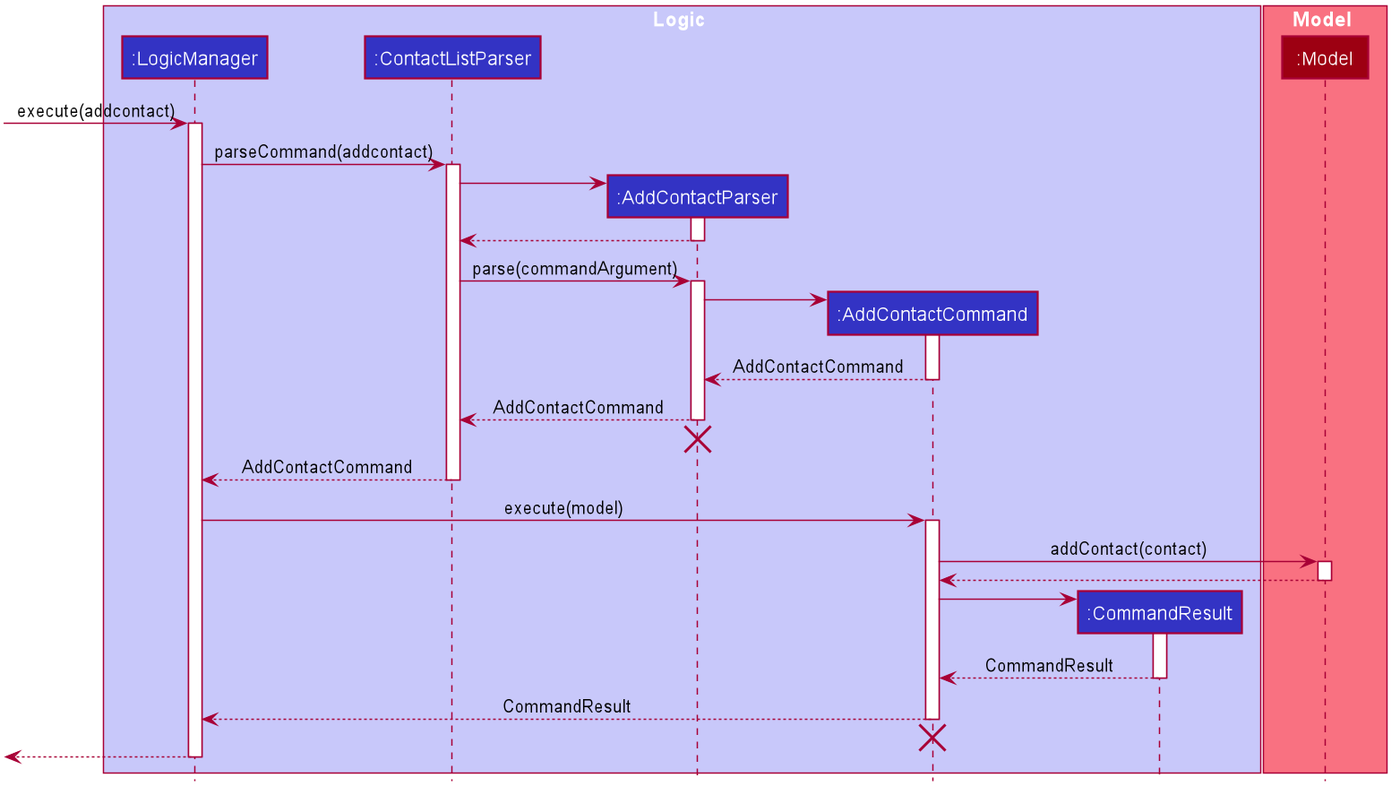
nus-cs2103-AY2021S1/tp keeps this PlantUML diagram as docs/images/Contact/AddContactSequenceDiagram.png. Above is the earlier version.
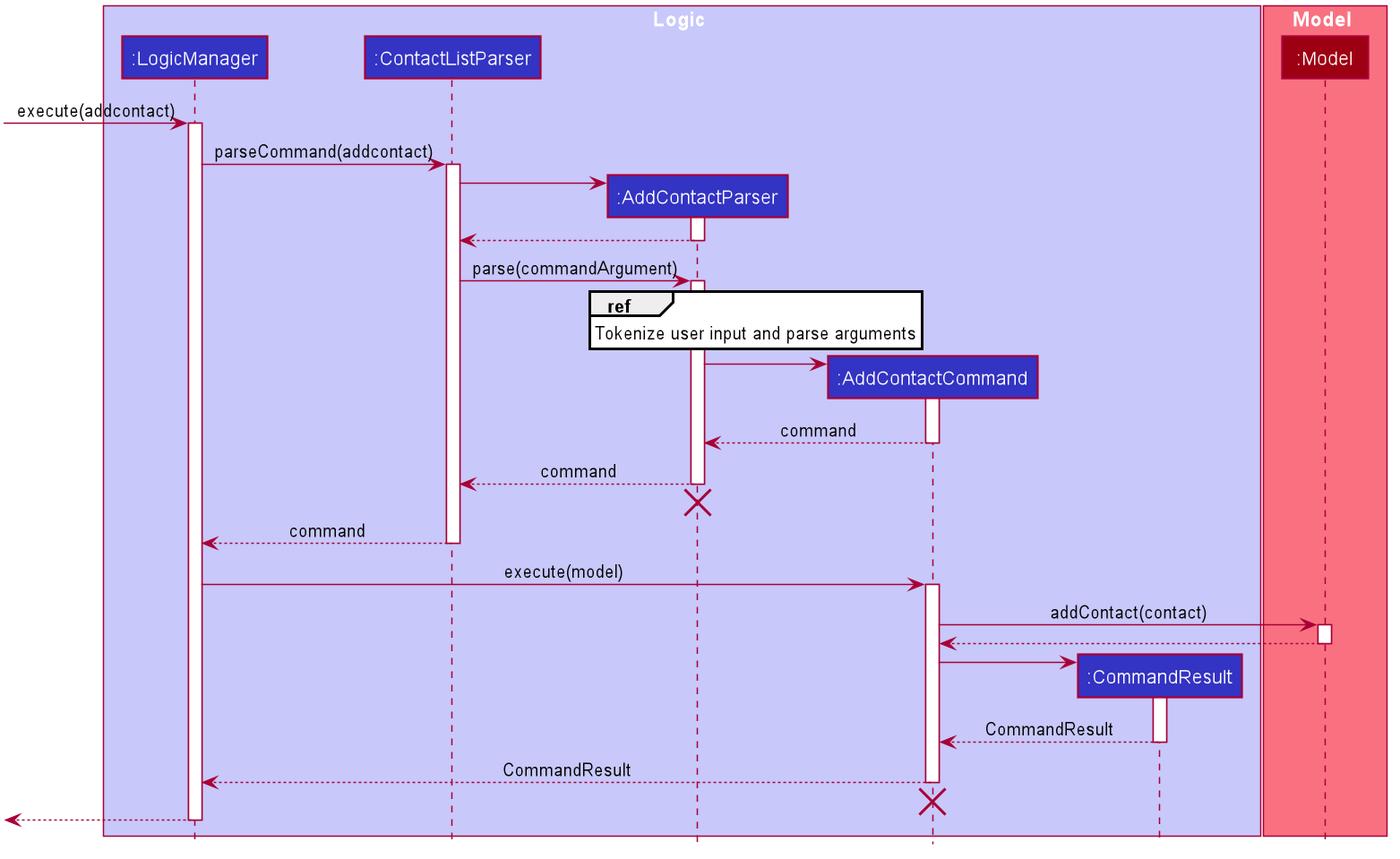
After the change.

Commit message:
Update add contact command sequence diagram

Diff of the diagram source:
```diff
@@ -76,20 +76,22 @@
 ContactListParser -> AddContactParser :parse(commandArgument)
 activate AddContactParser
 
+ref over AddContactParser: Tokenize user input and parse arguments
+
 create AddContactCommand
 AddContactParser -> AddContactCommand
 activate AddContactCommand
 
-AddContactCommand --> AddContactParser: AddContactCommand
+AddContactCommand --> AddContactParser: command
 deactivate AddContactCommand
 
-AddContactParser --> ContactListParser: AddContactCommand
+AddContactParser --> ContactListParser: command
 deactivate AddContactParser
 
 AddContactParser -[hidden]-> AddContactCommand
 destroy AddContactParser
 
-ContactListParser --> LogicManager: AddContactCommand
+ContactListParser --> LogicManager: command
 deactivate ContactListParser
 
 LogicManager -> AddContactCommand : execute(model)
```
